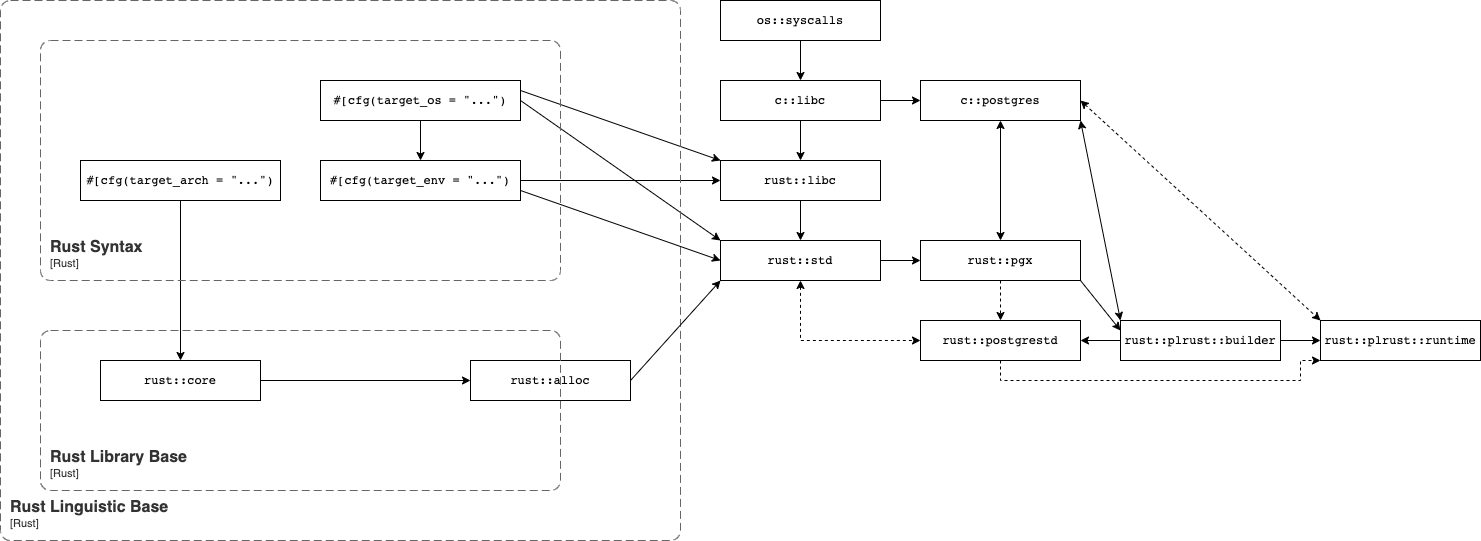
This is doc/assets/architecture_1.png from tcdi/plrust, a draw.io export, as it was before one commit. Source tidied: cells renumbered, new cells last; positions are measured from the earlier drawing's top-left corner, leaving out a move shared by most shapes.
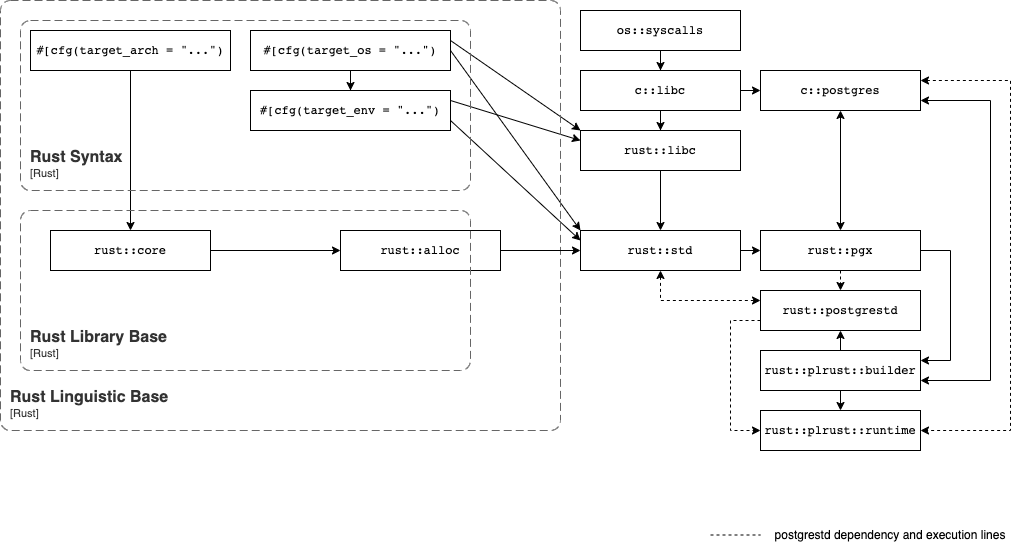
Above is the later version.

The edit, as a diff of the source:
```diff
@@ -6,7 +6,7 @@
       <mxGeometry relative="1" as="geometry" />
     </mxCell>
     <mxCell id="3" value="&lt;pre&gt;#[cfg(target_arch = &quot;...&quot;)&lt;/pre&gt;" style="rounded=0;whiteSpace=wrap;html=1;" parent="1" vertex="1">
-      <mxGeometry x="80" y="160" width="200" height="40" as="geometry" />
+      <mxGeometry x="40" y="-240" width="200" height="40" as="geometry" />
     </mxCell>
     <mxCell id="4" style="edgeStyle=orthogonalEdgeStyle;rounded=0;jettySize=auto;html=1;" parent="1" edge="1" source="7" target="10">
       <mxGeometry relative="1" as="geometry" />
@@ -18,44 +18,44 @@
       <mxGeometry relative="1" as="geometry" />
     </mxCell>
     <mxCell id="7" value="&lt;pre&gt;#[cfg(target_os = &quot;...&quot;)&lt;/pre&gt;" style="rounded=0;whiteSpace=wrap;html=1;" parent="1" vertex="1">
-      <mxGeometry x="320" y="80" width="200" height="40" as="geometry" />
+      <mxGeometry x="260" y="-240" width="200" height="40" as="geometry" />
     </mxCell>
-    <mxCell id="8" style="edgeStyle=none;rounded=0;jettySize=auto;html=1;" parent="1" edge="1" source="10" target="23">
+    <mxCell id="8" style="edgeStyle=none;rounded=0;jettySize=auto;html=1;entryX=0;entryY=0.25;entryDx=0;entryDy=0;exitX=1;exitY=0.25;exitDx=0;exitDy=0;" parent="1" edge="1" source="10" target="23">
       <mxGeometry relative="1" as="geometry" />
     </mxCell>
-    <mxCell id="9" style="edgeStyle=none;rounded=0;jettySize=auto;html=1;entryX=0;entryY=0.5;entryDx=0;entryDy=0;exitX=1;exitY=0.75;exitDx=0;exitDy=0;" parent="1" edge="1" source="10" target="26">
+    <mxCell id="9" style="edgeStyle=none;rounded=0;jettySize=auto;html=1;entryX=0;entryY=0.25;entryDx=0;entryDy=0;exitX=1;exitY=0.75;exitDx=0;exitDy=0;" parent="1" edge="1" source="10" target="26">
       <mxGeometry relative="1" as="geometry" />
     </mxCell>
     <mxCell id="10" value="&lt;pre&gt;#[cfg(target_env = &quot;...&quot;)&lt;/pre&gt;" style="rounded=0;whiteSpace=wrap;html=1;" parent="1" vertex="1">
-      <mxGeometry x="320" y="160" width="200" height="40" as="geometry" />
+      <mxGeometry x="260" y="-180" width="200" height="40" as="geometry" />
     </mxCell>
     <object id="11" label="&lt;font style=&quot;font-size: 16px&quot;&gt;&lt;b&gt;&lt;div style=&quot;text-align: left&quot;&gt;%c4Name%&lt;/div&gt;&lt;/b&gt;&lt;/font&gt;&lt;div style=&quot;text-align: left&quot;&gt;[%c4Application%]&lt;/div&gt;" c4Application="Rust" c4Name="Rust Syntax" c4Type="ContainerScopeBoundary" placeholders="1">
       <mxCell style="rounded=1;fontSize=11;whiteSpace=wrap;html=1;dashed=1;arcSize=20;fillColor=none;strokeColor=#666666;fontColor=#333333;labelBackgroundColor=none;align=left;verticalAlign=bottom;labelBorderColor=none;spacingTop=0;spacing=10;dashPattern=8 4;perimeter=rectanglePerimeter;noLabel=0;labelPadding=0;absoluteArcSize=1;metaData={&quot;c4Type&quot;:{&quot;editable&quot;:false}};" parent="1" vertex="1">
-        <mxGeometry x="40" y="40" width="520" height="240" as="geometry" />
+        <mxGeometry x="30" y="-250" width="450" height="170" as="geometry" />
       </mxCell>
     </object>
     <object id="12" label="&lt;font style=&quot;font-size: 16px&quot;&gt;&lt;b&gt;&lt;div style=&quot;text-align: left&quot;&gt;%c4Name%&lt;/div&gt;&lt;/b&gt;&lt;/font&gt;&lt;div style=&quot;text-align: left&quot;&gt;[%c4Application%]&lt;/div&gt;" c4Application="Rust" c4Name="Rust Linguistic Base" c4Type="ContainerScopeBoundary" placeholders="1">
       <mxCell style="rounded=1;fontSize=11;whiteSpace=wrap;html=1;dashed=1;arcSize=20;fillColor=none;strokeColor=#666666;fontColor=#333333;labelBackgroundColor=none;align=left;verticalAlign=bottom;labelBorderColor=none;spacingTop=0;spacing=10;dashPattern=8 4;perimeter=rectanglePerimeter;noLabel=0;labelPadding=0;absoluteArcSize=1;metaData={&quot;c4Type&quot;:{&quot;editable&quot;:false}};" parent="1" vertex="1">
-        <mxGeometry width="680" height="540" as="geometry" />
+        <mxGeometry x="10" y="-270" width="560" height="430" as="geometry" />
       </mxCell>
     </object>
     <mxCell id="13" style="edgeStyle=orthogonalEdgeStyle;rounded=0;jettySize=auto;html=1;" parent="1" edge="1" source="14" target="16">
       <mxGeometry relative="1" as="geometry" />
     </mxCell>
     <mxCell id="14" value="&lt;pre&gt;rust::core&lt;/pre&gt;" style="rounded=0;whiteSpace=wrap;html=1;" parent="1" vertex="1">
-      <mxGeometry x="100" y="360" width="160" height="40" as="geometry" />
+      <mxGeometry x="60" y="-40" width="160" height="40" as="geometry" />
     </mxCell>
-    <mxCell id="15" style="edgeStyle=none;rounded=0;jettySize=auto;html=1;entryX=0;entryY=1;entryDx=0;entryDy=0;exitX=1;exitY=0.5;exitDx=0;exitDy=0;" parent="1" edge="1" source="16" target="26">
+    <mxCell id="15" style="edgeStyle=none;rounded=0;jettySize=auto;html=1;entryX=0;entryY=0.5;entryDx=0;entryDy=0;exitX=1;exitY=0.5;exitDx=0;exitDy=0;" parent="1" edge="1" source="16" target="26">
       <mxGeometry relative="1" as="geometry" />
     </mxCell>
     <mxCell id="16" value="&lt;pre&gt;rust::alloc&lt;/pre&gt;" style="rounded=0;whiteSpace=wrap;html=1;" parent="1" vertex="1">
-      <mxGeometry x="470" y="360" width="160" height="40" as="geometry" />
+      <mxGeometry x="350" y="-40" width="160" height="40" as="geometry" />
     </mxCell>
     <mxCell id="17" style="edgeStyle=orthogonalEdgeStyle;rounded=0;jettySize=auto;html=1;" parent="1" edge="1" source="18" target="21">
       <mxGeometry relative="1" as="geometry" />
     </mxCell>
     <mxCell id="18" value="&lt;pre&gt;os::syscalls&lt;/pre&gt;" style="rounded=0;whiteSpace=wrap;html=1;" parent="1" vertex="1">
-      <mxGeometry x="720" width="160" height="40" as="geometry" />
+      <mxGeometry x="590" y="-260" width="160" height="40" as="geometry" />
     </mxCell>
     <mxCell id="19" style="edgeStyle=orthogonalEdgeStyle;rounded=0;jettySize=auto;html=1;" parent="1" edge="1" source="21" target="23">
       <mxGeometry relative="1" as="geometry" />
@@ -64,72 +64,99 @@
       <mxGeometry relative="1" as="geometry" />
     </mxCell>
     <mxCell id="21" value="&lt;pre&gt;c::libc&lt;/pre&gt;" style="rounded=0;whiteSpace=wrap;html=1;" parent="1" vertex="1">
-      <mxGeometry x="720" y="80" width="160" height="40" as="geometry" />
+      <mxGeometry x="590" y="-200" width="160" height="40" as="geometry" />
     </mxCell>
     <mxCell id="22" style="edgeStyle=none;rounded=0;jettySize=auto;html=1;" parent="1" edge="1" source="23" target="26">
       <mxGeometry relative="1" as="geometry" />
     </mxCell>
     <mxCell id="23" value="&lt;pre&gt;rust::libc&lt;/pre&gt;" style="rounded=0;whiteSpace=wrap;html=1;" parent="1" vertex="1">
-      <mxGeometry x="720" y="160" width="160" height="40" as="geometry" />
+      <mxGeometry x="590" y="-140" width="160" height="40" as="geometry" />
     </mxCell>
     <mxCell id="24" style="rounded=0;jettySize=auto;html=1;exitX=1;exitY=0.5;exitDx=0;exitDy=0;entryX=0;entryY=0.5;entryDx=0;entryDy=0;" parent="1" edge="1" source="26" target="33">
       <mxGeometry relative="1" as="geometry" />
     </mxCell>
-    <mxCell id="25" style="edgeStyle=orthogonalEdgeStyle;rounded=0;jettySize=auto;html=1;exitX=0.5;exitY=1;exitDx=0;exitDy=0;entryX=0;entryY=0.5;entryDx=0;entryDy=0;startArrow=classic;startFill=1;dashed=1;" parent="1" edge="1" source="26" target="35">
-      <mxGeometry relative="1" as="geometry" />
+    <mxCell id="25" style="edgeStyle=orthogonalEdgeStyle;rounded=0;jettySize=auto;html=1;exitX=0.5;exitY=1;exitDx=0;exitDy=0;startArrow=classic;startFill=1;dashed=1;" parent="1" edge="1" source="26" target="35">
+      <mxGeometry relative="1" as="geometry">
+        <Array as="points">
+          <mxPoint x="670" y="30" />
+        </Array>
+      </mxGeometry>
     </mxCell>
     <mxCell id="26" value="&lt;pre&gt;rust::std&lt;/pre&gt;" style="rounded=0;whiteSpace=wrap;html=1;" parent="1" vertex="1">
-      <mxGeometry x="720" y="240" width="160" height="40" as="geometry" />
+      <mxGeometry x="590" y="-40" width="160" height="40" as="geometry" />
     </mxCell>
     <mxCell id="27" style="edgeStyle=none;rounded=0;jettySize=auto;html=1;startArrow=classic;startFill=1;" parent="1" edge="1" source="30" target="33">
       <mxGeometry relative="1" as="geometry" />
     </mxCell>
-    <mxCell id="28" style="rounded=0;jettySize=auto;html=1;entryX=0;entryY=0;entryDx=0;entryDy=0;startArrow=classic;startFill=1;exitX=1;exitY=1;exitDx=0;exitDy=0;" parent="1" edge="1" source="30" target="38">
-      <mxGeometry relative="1" as="geometry" />
+    <mxCell id="28" style="rounded=0;jettySize=auto;html=1;startArrow=classic;startFill=1;edgeStyle=orthogonalEdgeStyle;" parent="1" edge="1" source="30" target="38">
+      <mxGeometry relative="1" as="geometry">
+        <Array as="points">
+          <mxPoint x="1000" y="-170" />
+          <mxPoint x="1000" y="110" />
+        </Array>
+      </mxGeometry>
     </mxCell>
-    <mxCell id="29" style="rounded=0;jettySize=auto;html=1;entryX=0;entryY=0;entryDx=0;entryDy=0;startArrow=classic;startFill=1;exitX=1;exitY=0.5;exitDx=0;exitDy=0;dashed=1;" parent="1" edge="1" source="30" target="39">
-      <mxGeometry relative="1" as="geometry" />
+    <mxCell id="29" style="rounded=0;jettySize=auto;html=1;startArrow=classic;startFill=1;dashed=1;edgeStyle=orthogonalEdgeStyle;" parent="1" edge="1" source="30" target="39">
+      <mxGeometry relative="1" as="geometry">
+        <Array as="points">
+          <mxPoint x="1020" y="-190" />
+          <mxPoint x="1020" y="160" />
+        </Array>
+      </mxGeometry>
     </mxCell>
     <mxCell id="30" value="&lt;pre&gt;c::postgres&lt;/pre&gt;" style="rounded=0;whiteSpace=wrap;html=1;" parent="1" vertex="1">
-      <mxGeometry x="920" y="80" width="160" height="40" as="geometry" />
+      <mxGeometry x="770" y="-200" width="160" height="40" as="geometry" />
     </mxCell>
-    <mxCell id="31" style="rounded=0;jettySize=auto;html=1;dashed=1;exitX=0.5;exitY=1;exitDx=0;exitDy=0;entryX=0.5;entryY=0;entryDx=0;entryDy=0;" parent="1" edge="1" source="33" target="35">
+    <mxCell id="31" style="rounded=0;jettySize=auto;html=1;dashed=1;exitX=0.5;exitY=1;exitDx=0;exitDy=0;" parent="1" edge="1" source="33" target="35">
       <mxGeometry relative="1" as="geometry" />
     </mxCell>
-    <mxCell id="32" style="edgeStyle=none;rounded=0;jettySize=auto;html=1;startArrow=none;startFill=0;entryX=0;entryY=0.25;entryDx=0;entryDy=0;exitX=1;exitY=1;exitDx=0;exitDy=0;" parent="1" edge="1" source="33" target="38">
-      <mxGeometry relative="1" as="geometry" />
+    <mxCell id="32" style="edgeStyle=orthogonalEdgeStyle;rounded=0;jettySize=auto;html=1;startArrow=none;startFill=0;" parent="1" edge="1" source="33" target="38">
+      <mxGeometry relative="1" as="geometry">
+        <Array as="points">
+          <mxPoint x="960" y="-20" />
+          <mxPoint x="960" y="90" />
+        </Array>
+      </mxGeometry>
     </mxCell>
     <mxCell id="33" value="&lt;pre&gt;rust::pgx&lt;/pre&gt;" style="rounded=0;whiteSpace=wrap;html=1;" parent="1" vertex="1">
-      <mxGeometry x="920" y="240" width="160" height="40" as="geometry" />
+      <mxGeometry x="770" y="-40" width="160" height="40" as="geometry" />
     </mxCell>
-    <mxCell id="34" style="rounded=0;jettySize=auto;html=1;entryX=0;entryY=1;entryDx=0;entryDy=0;dashed=1;startArrow=none;startFill=0;exitX=0.5;exitY=1;exitDx=0;exitDy=0;edgeStyle=orthogonalEdgeStyle;" parent="1" edge="1" source="35" target="39">
+    <mxCell id="34" style="rounded=0;jettySize=auto;html=1;dashed=1;startArrow=none;startFill=0;edgeStyle=orthogonalEdgeStyle;" parent="1" edge="1" source="35" target="39">
       <mxGeometry relative="1" as="geometry">
         <Array as="points">
-          <mxPoint x="1000" y="380" />
-          <mxPoint x="1300" y="380" />
-          <mxPoint x="1300" y="360" />
+          <mxPoint x="740" y="50" />
+          <mxPoint x="740" y="160" />
         </Array>
       </mxGeometry>
     </mxCell>
     <mxCell id="35" value="&lt;pre&gt;rust::postgrestd&lt;/pre&gt;" style="rounded=0;whiteSpace=wrap;html=1;" parent="1" vertex="1">
-      <mxGeometry x="920" y="320" width="160" height="40" as="geometry" />
+      <mxGeometry x="770" y="20" width="160" height="40" as="geometry" />
     </mxCell>
-    <mxCell id="36" style="edgeStyle=none;rounded=0;jettySize=auto;html=1;entryX=1;entryY=0.5;entryDx=0;entryDy=0;startArrow=none;startFill=0;exitX=0;exitY=0.5;exitDx=0;exitDy=0;" parent="1" edge="1" source="38" target="35">
+    <mxCell id="36" style="edgeStyle=none;rounded=0;jettySize=auto;html=1;startArrow=none;startFill=0;" parent="1" edge="1" source="38" target="35">
       <mxGeometry relative="1" as="geometry" />
     </mxCell>
-    <mxCell id="37" style="edgeStyle=none;rounded=0;jettySize=auto;html=1;startArrow=none;startFill=0;exitX=1;exitY=0.5;exitDx=0;exitDy=0;" parent="1" edge="1" source="38" target="39">
+    <mxCell id="37" style="edgeStyle=none;rounded=0;jettySize=auto;html=1;startArrow=none;startFill=0;exitX=0.5;exitY=1;exitDx=0;exitDy=0;" parent="1" edge="1" source="38" target="39">
       <mxGeometry relative="1" as="geometry" />
     </mxCell>
     <mxCell id="38" value="&lt;pre&gt;rust::plrust::builder&lt;/pre&gt;" style="rounded=0;whiteSpace=wrap;html=1;" parent="1" vertex="1">
-      <mxGeometry x="1120" y="320" width="160" height="40" as="geometry" />
+      <mxGeometry x="770" y="80" width="160" height="40" as="geometry" />
     </mxCell>
     <mxCell id="39" value="&lt;pre&gt;rust::plrust::runtime&lt;/pre&gt;" style="rounded=0;whiteSpace=wrap;html=1;" parent="1" vertex="1">
-      <mxGeometry x="1320" y="320" width="160" height="40" as="geometry" />
+      <mxGeometry x="770" y="140" width="160" height="40" as="geometry" />
     </mxCell>
     <object id="40" label="&lt;font style=&quot;font-size: 16px&quot;&gt;&lt;b&gt;&lt;div style=&quot;text-align: left&quot;&gt;%c4Name%&lt;/div&gt;&lt;/b&gt;&lt;/font&gt;&lt;div style=&quot;text-align: left&quot;&gt;[%c4Application%]&lt;/div&gt;" c4Application="Rust" c4Name="Rust Library Base" c4Type="ContainerScopeBoundary" placeholders="1">
       <mxCell style="rounded=1;fontSize=11;whiteSpace=wrap;html=1;dashed=1;arcSize=20;fillColor=none;strokeColor=#666666;fontColor=#333333;labelBackgroundColor=none;align=left;verticalAlign=bottom;labelBorderColor=none;spacingTop=0;spacing=10;dashPattern=8 4;perimeter=rectanglePerimeter;noLabel=0;labelPadding=0;absoluteArcSize=1;metaData={&quot;c4Type&quot;:{&quot;editable&quot;:false}};" parent="1" vertex="1">
-        <mxGeometry x="40" y="330" width="520" height="160" as="geometry" />
+        <mxGeometry x="30" y="-60" width="450" height="160" as="geometry" />
       </mxCell>
     </object>
+    <mxCell id="41" style="endArrow=none;dashed=1;html=1;rounded=0;" parent="1" edge="1">
+      <mxGeometry relative="1" as="geometry">
+        <mxPoint x="720" y="264.5" as="sourcePoint" />
+        <mxPoint x="770" y="264.5" as="targetPoint" />
+      </mxGeometry>
+    </mxCell>
+    <mxCell id="42" value="postgrestd dependency and execution lines" style="text;html=1;strokeColor=none;fillColor=none;align=center;verticalAlign=middle;whiteSpace=wrap;rounded=0;" parent="1" vertex="1">
+      <mxGeometry x="780" y="250" width="240" height="30" as="geometry" />
+    </mxCell>
   </root>
 </mxGraphModel>
```
